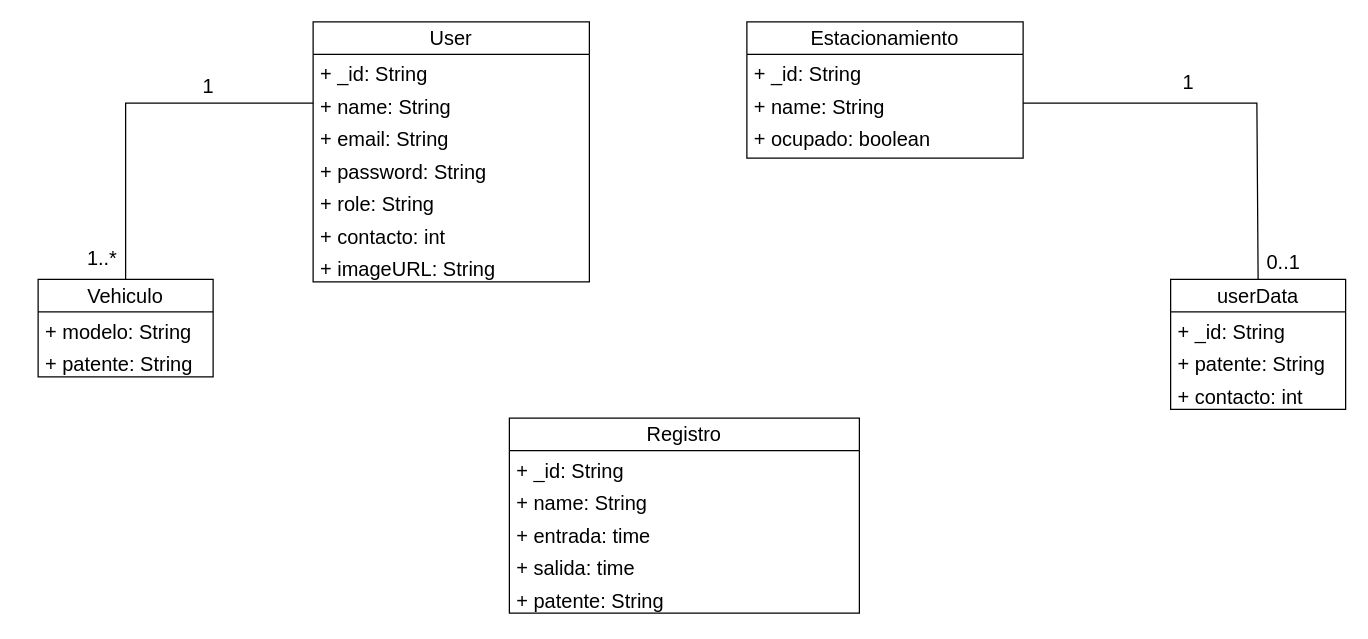
The draw.io diagram Diagramas/NoSQL.drawio in MrRevillod/SmartParking, before the edit. Source tidied: cells renumbered, new cells numbered last; positions are measured from the earlier drawing's top-left corner, leaving out a move shared by most shapes. Both pictures are drawn from the tidied source at 125%, with x=0, y=0 at pixel (38, 21).
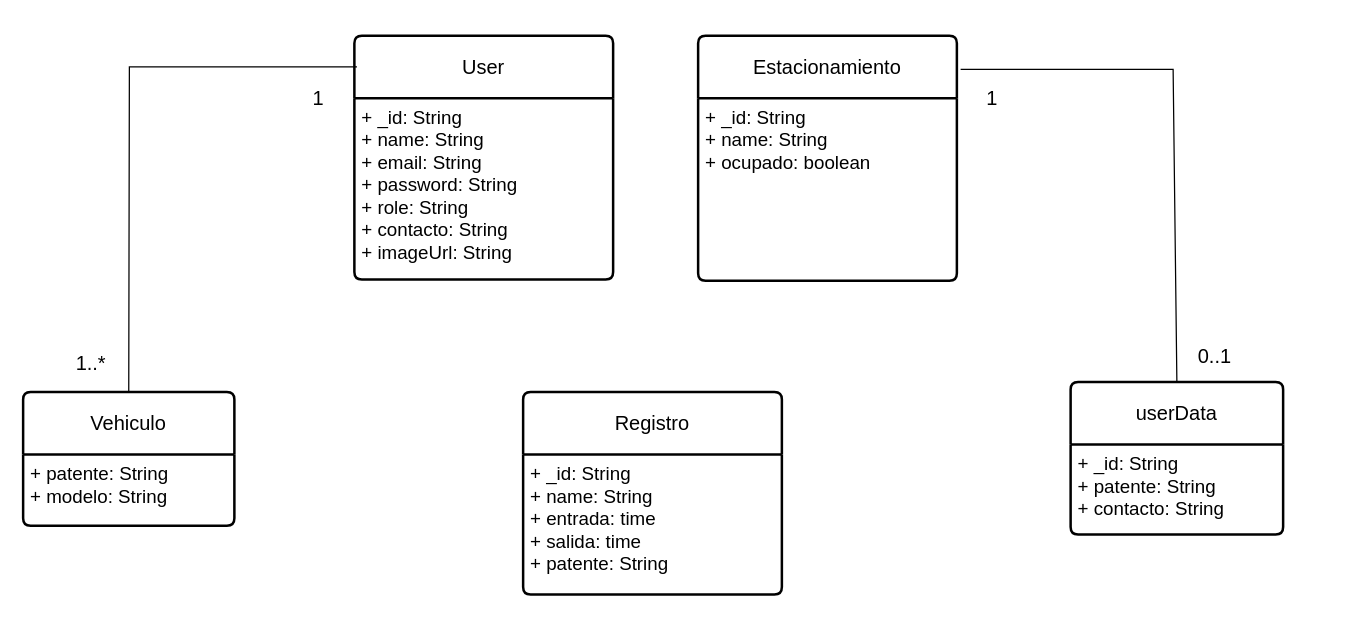
The same diagram, later.

The edit, as a diff of the source:
```diff
@@
-    <mxCell id="2" value="Estacionamiento" style="swimlane;fontStyle=0;horizontal=1;startSize=26;fillColor=none;whiteSpace=wrap;html=1;fontSize=16;" parent="1" vertex="1">
-      <mxGeometry x="567" width="221" height="109" as="geometry" />
-    </mxCell>
-    <mxCell id="3" value="+ _id: String&amp;nbsp;" style="text;strokeColor=none;fillColor=none;align=left;verticalAlign=top;spacingLeft=4;spacingRight=4;overflow=hidden;whiteSpace=wrap;html=1;fontSize=16;" parent="2" vertex="1">
-      <mxGeometry y="26" width="221" height="26" as="geometry" />
-    </mxCell>
-    <mxCell id="4" value="+ name: String" style="text;strokeColor=none;fillColor=none;align=left;verticalAlign=top;spacingLeft=4;spacingRight=4;overflow=hidden;points=[[0,0.5],[1,0.5]];portConstraint=eastwest;whiteSpace=wrap;html=1;fontSize=16;" parent="2" vertex="1">
-      <mxGeometry y="52" width="221" height="26" as="geometry" />
-    </mxCell>
-    <mxCell id="5" value="+ ocupado: boolean" style="text;strokeColor=none;fillColor=none;align=left;verticalAlign=top;spacingLeft=4;spacingRight=4;overflow=hidden;whiteSpace=wrap;html=1;fontSize=16;" parent="2" vertex="1">
-      <mxGeometry y="78" width="221" height="31" as="geometry" />
-    </mxCell>
-    <mxCell id="6" value="User" style="swimlane;fontStyle=0;horizontal=1;startSize=26;fillColor=none;whiteSpace=wrap;html=1;fontSize=16;" parent="1" vertex="1">
-      <mxGeometry x="220" width="221" height="208" as="geometry" />
-    </mxCell>
-    <mxCell id="7" value="+ _id: String" style="text;strokeColor=none;fillColor=none;align=left;verticalAlign=top;spacingLeft=4;spacingRight=4;overflow=hidden;whiteSpace=wrap;html=1;fontSize=16;" parent="6" vertex="1">
-      <mxGeometry y="26" width="221" height="26" as="geometry" />
-    </mxCell>
-    <mxCell id="8" value="+ name: String" style="text;strokeColor=none;fillColor=none;align=left;verticalAlign=top;spacingLeft=4;spacingRight=4;overflow=hidden;points=[[0,0.5],[1,0.5]];portConstraint=eastwest;whiteSpace=wrap;html=1;fontSize=16;" parent="6" vertex="1">
-      <mxGeometry y="52" width="221" height="26" as="geometry" />
-    </mxCell>
-    <mxCell id="9" value="+ email: String" style="text;strokeColor=none;fillColor=none;align=left;verticalAlign=top;spacingLeft=4;spacingRight=4;overflow=hidden;whiteSpace=wrap;html=1;fontSize=16;" parent="6" vertex="1">
-      <mxGeometry y="78" width="221" height="26" as="geometry" />
-    </mxCell>
-    <mxCell id="10" value="+ password: String" style="text;strokeColor=none;fillColor=none;align=left;verticalAlign=top;spacingLeft=4;spacingRight=4;overflow=hidden;whiteSpace=wrap;html=1;fontSize=16;" parent="6" vertex="1">
-      <mxGeometry y="104" width="221" height="26" as="geometry" />
-    </mxCell>
-    <mxCell id="11" value="+ role: String" style="text;strokeColor=none;fillColor=none;align=left;verticalAlign=top;spacingLeft=4;spacingRight=4;overflow=hidden;whiteSpace=wrap;html=1;fontSize=16;" parent="6" vertex="1">
-      <mxGeometry y="130" width="221" height="26" as="geometry" />
-    </mxCell>
-    <mxCell id="12" value="+ contacto: int" style="text;strokeColor=none;fillColor=none;align=left;verticalAlign=top;spacingLeft=4;spacingRight=4;overflow=hidden;whiteSpace=wrap;html=1;fontSize=16;" parent="6" vertex="1">
-      <mxGeometry y="156" width="221" height="26" as="geometry" />
-    </mxCell>
-    <mxCell id="13" value="+ imageURL: String" style="text;strokeColor=none;fillColor=none;align=left;verticalAlign=top;spacingLeft=4;spacingRight=4;overflow=hidden;whiteSpace=wrap;html=1;fontSize=16;" parent="6" vertex="1">
-      <mxGeometry y="182" width="221" height="26" as="geometry" />
-    </mxCell>
-    <mxCell id="14" value="Vehiculo" style="swimlane;fontStyle=0;horizontal=1;startSize=26;fillColor=none;whiteSpace=wrap;html=1;fontSize=16;" parent="1" vertex="1">
-      <mxGeometry y="206" width="140" height="78" as="geometry" />
-    </mxCell>
-    <mxCell id="15" value="+ modelo: String&amp;nbsp;" style="text;strokeColor=none;fillColor=none;align=left;verticalAlign=top;spacingLeft=4;spacingRight=4;overflow=hidden;whiteSpace=wrap;html=1;fontSize=16;" parent="14" vertex="1">
-      <mxGeometry y="26" width="140" height="26" as="geometry" />
-    </mxCell>
-    <mxCell id="16" value="+ patente: String" style="text;strokeColor=none;fillColor=none;align=left;verticalAlign=top;spacingLeft=4;spacingRight=4;overflow=hidden;whiteSpace=wrap;html=1;fontSize=16;" parent="14" vertex="1">
-      <mxGeometry y="52" width="140" height="26" as="geometry" />
-    </mxCell>
-    <mxCell id="17" value="userData" style="swimlane;fontStyle=0;horizontal=1;startSize=26;fillColor=none;whiteSpace=wrap;html=1;fontSize=16;" parent="1" vertex="1">
-      <mxGeometry x="906" y="206" width="140" height="104" as="geometry" />
-    </mxCell>
-    <mxCell id="18" value="+ _id: String" style="text;strokeColor=none;fillColor=none;align=left;verticalAlign=top;spacingLeft=4;spacingRight=4;overflow=hidden;whiteSpace=wrap;html=1;fontSize=16;" parent="17" vertex="1">
-      <mxGeometry y="26" width="140" height="26" as="geometry" />
-    </mxCell>
-    <mxCell id="19" value="+ patente: String" style="text;strokeColor=none;fillColor=none;align=left;verticalAlign=top;spacingLeft=4;spacingRight=4;overflow=hidden;whiteSpace=wrap;html=1;fontSize=16;" parent="17" vertex="1">
-      <mxGeometry y="52" width="140" height="26" as="geometry" />
-    </mxCell>
-    <mxCell id="20" value="+ contacto: int&amp;nbsp;" style="text;strokeColor=none;fillColor=none;align=left;verticalAlign=top;spacingLeft=4;spacingRight=4;overflow=hidden;whiteSpace=wrap;html=1;fontSize=16;" parent="17" vertex="1">
-      <mxGeometry y="78" width="140" height="26" as="geometry" />
-    </mxCell>
-    <mxCell id="21" value="Registro" style="swimlane;fontStyle=0;horizontal=1;startSize=26;fillColor=none;whiteSpace=wrap;html=1;fontSize=16;" parent="1" vertex="1">
-      <mxGeometry x="377" y="317" width="280" height="156" as="geometry" />
-    </mxCell>
-    <mxCell id="22" value="+ _id: String" style="text;strokeColor=none;fillColor=none;align=left;verticalAlign=top;spacingLeft=4;spacingRight=4;overflow=hidden;whiteSpace=wrap;html=1;fontSize=16;" parent="21" vertex="1">
-      <mxGeometry y="26" width="280" height="26" as="geometry" />
-    </mxCell>
-    <mxCell id="23" value="+ name: String" style="text;strokeColor=none;fillColor=none;align=left;verticalAlign=top;spacingLeft=4;spacingRight=4;overflow=hidden;whiteSpace=wrap;html=1;fontSize=16;" parent="21" vertex="1">
-      <mxGeometry y="52" width="280" height="26" as="geometry" />
-    </mxCell>
-    <mxCell id="24" value="+ entrada: time" style="text;strokeColor=none;fillColor=none;align=left;verticalAlign=top;spacingLeft=4;spacingRight=4;overflow=hidden;whiteSpace=wrap;html=1;fontSize=16;" parent="21" vertex="1">
-      <mxGeometry y="78" width="280" height="26" as="geometry" />
-    </mxCell>
-    <mxCell id="25" value="+ salida: time" style="text;strokeColor=none;fillColor=none;align=left;verticalAlign=top;spacingLeft=4;spacingRight=4;overflow=hidden;whiteSpace=wrap;html=1;fontSize=16;" parent="21" vertex="1">
-      <mxGeometry y="104" width="280" height="26" as="geometry" />
-    </mxCell>
-    <mxCell id="26" value="+ patente: String" style="text;strokeColor=none;fillColor=none;align=left;verticalAlign=top;spacingLeft=4;spacingRight=4;overflow=hidden;whiteSpace=wrap;html=1;fontSize=16;" parent="21" vertex="1">
-      <mxGeometry y="130" width="280" height="26" as="geometry" />
-    </mxCell>
-    <mxCell id="27" style="edgeStyle=none;rounded=0;jettySize=auto;html=1;exitX=0;exitY=0.5;exitDx=0;exitDy=0;entryX=0.5;entryY=0;entryDx=0;entryDy=0;fontSize=12;startSize=8;endSize=8;endArrow=none;endFill=0;" parent="1" edge="1" source="8" target="14">
-      <mxGeometry relative="1" as="geometry">
-        <Array as="points">
-          <mxPoint x="70" y="65" />
-        </Array>
-      </mxGeometry>
-    </mxCell>
-    <mxCell id="28" style="edgeStyle=none;rounded=0;jettySize=auto;html=1;exitX=1;exitY=0.5;exitDx=0;exitDy=0;entryX=0.5;entryY=0;entryDx=0;entryDy=0;fontSize=12;startSize=8;endSize=8;endArrow=none;endFill=0;" parent="1" edge="1" source="4" target="17">
-      <mxGeometry relative="1" as="geometry">
-        <Array as="points">
-          <mxPoint x="975" y="65" />
-        </Array>
-      </mxGeometry>
-    </mxCell>
     <mxCell id="29" value="1" style="text;html=1;align=center;verticalAlign=middle;strokeColor=none;fillColor=none;fontSize=16;" parent="1" vertex="1">
-      <mxGeometry x="122.5" y="35" width="27" height="31" as="geometry" />
+      <mxGeometry x="210" y="45" width="27" height="31" as="geometry" />
     </mxCell>
     <mxCell id="30" value="1..*" style="text;html=1;align=center;verticalAlign=middle;strokeColor=none;fillColor=none;fontSize=16;" parent="1" vertex="1">
-      <mxGeometry x="30" y="173" width="41" height="31" as="geometry" />
+      <mxGeometry x="21" y="257" width="41" height="31" as="geometry" />
     </mxCell>
     <mxCell id="31" value="1" style="text;html=1;align=center;verticalAlign=middle;strokeColor=none;fillColor=none;fontSize=16;" parent="1" vertex="1">
-      <mxGeometry x="906" y="32" width="27" height="31" as="geometry" />
+      <mxGeometry x="749" y="45" width="27" height="31" as="geometry" />
     </mxCell>
     <mxCell id="32" value="0..1" style="text;html=1;align=center;verticalAlign=middle;strokeColor=none;fillColor=none;fontSize=16;" parent="1" vertex="1">
-      <mxGeometry x="973.5" y="176" width="44" height="31" as="geometry" />
+      <mxGeometry x="919" y="251" width="44" height="31" as="geometry" />
     </mxCell>
+    <mxCell id="6" value="&lt;font style=&quot;font-size: 16px;&quot;&gt;User&lt;/font&gt;" style="swimlane;horizontal=1;startSize=50;rounded=1;fontSize=14;fontStyle=0;strokeWidth=2;shadow=0;dashed=0;align=center;arcSize=4;whiteSpace=wrap;html=1;" parent="1" vertex="1">
+      <mxGeometry x="253" y="11" width="207" height="195" as="geometry" />
+    </mxCell>
+    <mxCell id="33" value="&lt;font style=&quot;font-size: 15px;&quot;&gt;+ _id: String&lt;br&gt;+ name: String&lt;br&gt;+ email: String&lt;br&gt;+ password: String&lt;br&gt;+ role: String&lt;br&gt;+ contacto: String&lt;br&gt;+ imageUrl: String&lt;/font&gt;" style="align=left;strokeColor=none;fillColor=none;spacingLeft=4;fontSize=12;verticalAlign=top;html=1;" parent="6" vertex="1">
+      <mxGeometry y="50" width="207" height="145" as="geometry" />
+    </mxCell>
+    <mxCell id="34" style="edgeStyle=none;rounded=0;jettySize=auto;html=1;exitX=0.5;exitY=0;exitDx=0;exitDy=0;entryX=0.01;entryY=0.128;entryDx=0;entryDy=0;entryPerimeter=0;fontSize=12;startSize=8;endSize=8;endArrow=none;endFill=0;" parent="1" edge="1" source="14" target="6">
+      <mxGeometry relative="1" as="geometry">
+        <Array as="points">
+          <mxPoint x="73" y="36" />
+        </Array>
+      </mxGeometry>
+    </mxCell>
+    <mxCell id="14" value="&lt;font style=&quot;font-size: 16px;&quot;&gt;Vehiculo&lt;/font&gt;" style="swimlane;horizontal=1;startSize=50;rounded=1;fontSize=14;fontStyle=0;strokeWidth=2;shadow=0;dashed=0;align=center;arcSize=4;whiteSpace=wrap;html=1;" parent="1" vertex="1">
+      <mxGeometry x="-12" y="296" width="169" height="107" as="geometry" />
+    </mxCell>
+    <mxCell id="35" value="&lt;font style=&quot;font-size: 15px;&quot;&gt;+ patente: String&lt;br&gt;+ modelo: String&lt;br&gt;&lt;/font&gt;" style="align=left;strokeColor=none;fillColor=none;spacingLeft=4;fontSize=12;verticalAlign=top;html=1;" parent="14" vertex="1">
+      <mxGeometry y="50" width="169" height="57" as="geometry" />
+    </mxCell>
+    <mxCell id="2" value="&lt;span style=&quot;font-size: 16px;&quot;&gt;Estacionamiento&lt;/span&gt;" style="swimlane;horizontal=1;startSize=50;rounded=1;fontSize=14;fontStyle=0;strokeWidth=2;shadow=0;dashed=0;align=center;arcSize=4;whiteSpace=wrap;html=1;" parent="1" vertex="1">
+      <mxGeometry x="528" y="11" width="207" height="196" as="geometry" />
+    </mxCell>
+    <mxCell id="36" value="&lt;font style=&quot;font-size: 15px;&quot;&gt;+ _id: String&lt;br&gt;+ name: String&lt;br&gt;+ ocupado: boolean&lt;/font&gt;" style="align=left;strokeColor=none;fillColor=none;spacingLeft=4;fontSize=12;verticalAlign=top;html=1;" parent="2" vertex="1">
+      <mxGeometry y="50" width="207" height="146" as="geometry" />
+    </mxCell>
+    <mxCell id="37" style="edgeStyle=none;rounded=0;jettySize=auto;html=1;exitX=0.5;exitY=0;exitDx=0;exitDy=0;fontSize=12;startSize=8;endSize=8;endArrow=none;endFill=0;" parent="1" edge="1" source="17">
+      <mxGeometry relative="1" as="geometry">
+        <mxPoint x="738" y="38" as="targetPoint" />
+        <Array as="points">
+          <mxPoint x="908" y="38" />
+        </Array>
+      </mxGeometry>
+    </mxCell>
+    <mxCell id="17" value="&lt;span style=&quot;font-size: 16px;&quot;&gt;userData&lt;/span&gt;" style="swimlane;horizontal=1;startSize=50;rounded=1;fontSize=14;fontStyle=0;strokeWidth=2;shadow=0;dashed=0;align=center;arcSize=4;whiteSpace=wrap;html=1;" parent="1" vertex="1">
+      <mxGeometry x="826" y="288" width="170" height="122" as="geometry" />
+    </mxCell>
+    <mxCell id="38" value="&lt;font style=&quot;font-size: 15px;&quot;&gt;+ _id: String&lt;br&gt;+ patente: String&lt;br&gt;+ contacto: String&lt;br&gt;&lt;/font&gt;" style="align=left;strokeColor=none;fillColor=none;spacingLeft=4;fontSize=12;verticalAlign=top;html=1;" parent="17" vertex="1">
+      <mxGeometry y="50" width="170" height="72" as="geometry" />
+    </mxCell>
+    <mxCell id="21" value="&lt;font style=&quot;font-size: 16px;&quot;&gt;Registro&lt;/font&gt;" style="swimlane;horizontal=1;startSize=50;rounded=1;fontSize=14;fontStyle=0;strokeWidth=2;shadow=0;dashed=0;align=center;arcSize=4;whiteSpace=wrap;html=1;" parent="1" vertex="1">
+      <mxGeometry x="388" y="296" width="207" height="162" as="geometry" />
+    </mxCell>
+    <mxCell id="39" value="&lt;font style=&quot;font-size: 15px;&quot;&gt;+ _id: String&lt;br&gt;+ name: String&lt;br&gt;+ entrada: time&lt;br&gt;+ salida: time&lt;br&gt;+ patente: String&lt;br&gt;&lt;br&gt;&lt;/font&gt;" style="align=left;strokeColor=none;fillColor=none;spacingLeft=4;fontSize=12;verticalAlign=top;html=1;" parent="21" vertex="1">
+      <mxGeometry y="50" width="207" height="112" as="geometry" />
+    </mxCell>
```
